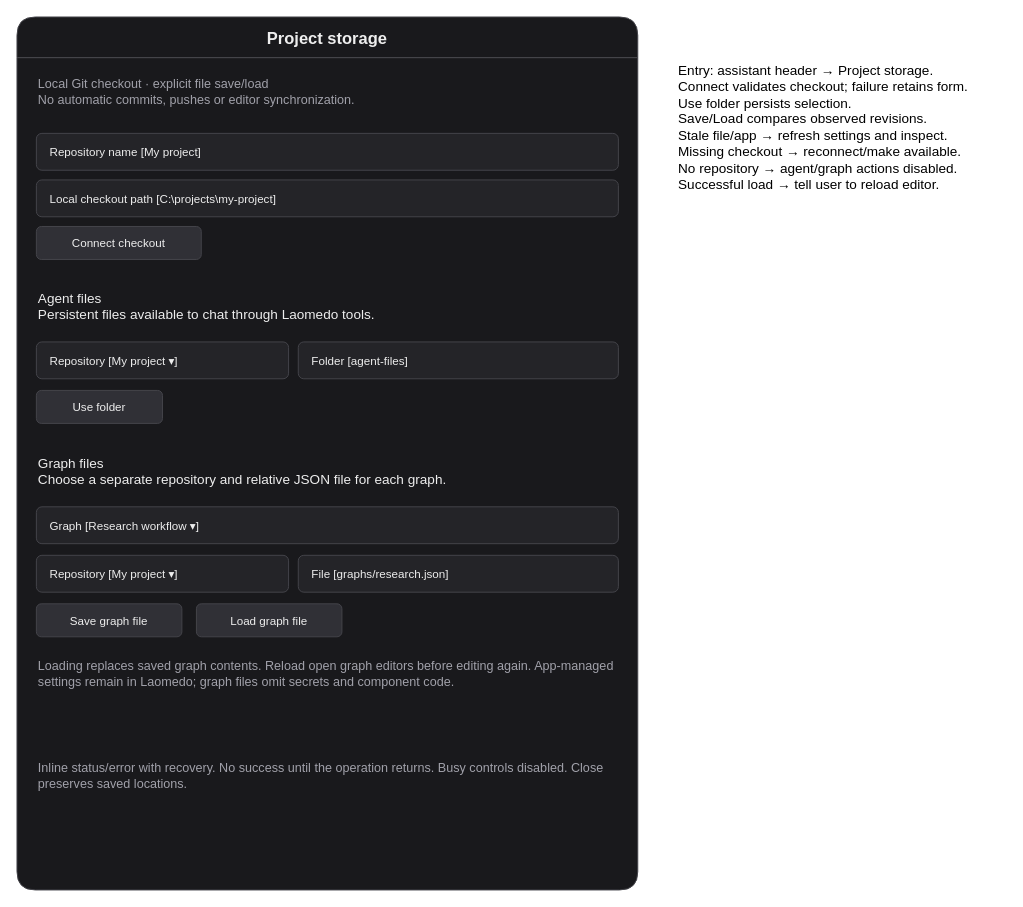
The draw.io diagram page "Project storage pilot" (1 of 2) of projects/laomedo/subsystems/agent-execution/design/project-storage.drawio in amadou-6e/specs, before the edit. Source tidied: cells renumbered, new cells numbered last; positions are measured from the earlier drawing's top-left corner, leaving out a move shared by most shapes. Both pictures are drawn from the tidied source at 97%, with x=0, y=0 at pixel (16, 16).
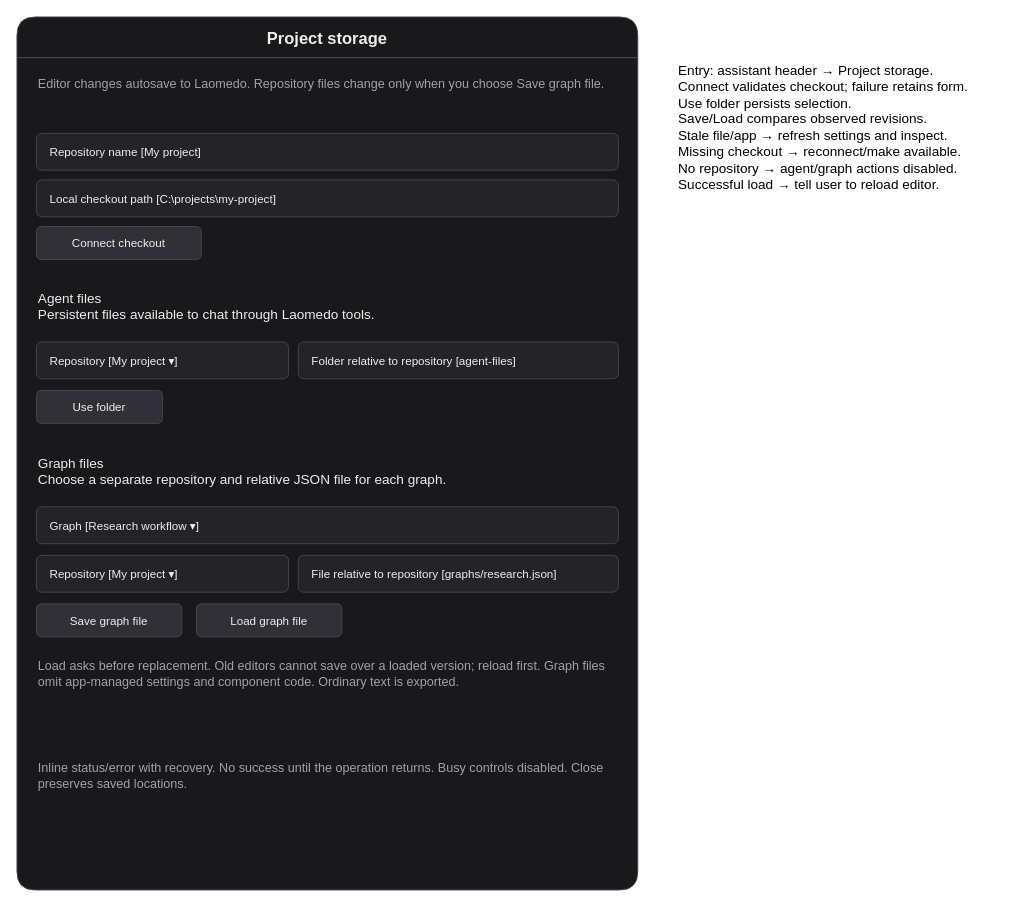
The same diagram, later.

Commit message (it also covers changes not shown here):
docs: clarify storage revisions and unresolved pilot scope

Change to the diagram source:
```diff
@@
 <mxGraphModel>
   <root>
     <mxCell id="0" />
     <mxCell id="1" parent="0" />
     <mxCell id="2" value="Project storage" style="swimlane;startSize=42;fillColor=#19191c;swimlaneFillColor=#19191c;fontColor=#eeeeee;strokeColor=#45454b;fontSize=17;rounded=1;" parent="1" vertex="1">
       <mxGeometry width="640" height="900" as="geometry" />
     </mxCell>
-    <mxCell id="3" value="Local Git checkout · explicit file save/load&#10;No automatic commits, pushes or editor synchronization." style="text;html=0;whiteSpace=wrap;fontColor=#a1a1aa;align=left;fontSize=13;" parent="2" vertex="1">
+    <mxCell id="3" value="Editor changes autosave to Laomedo. Repository files change only when you choose Save graph file." style="text;html=0;whiteSpace=wrap;fontColor=#a1a1aa;align=left;fontSize=13;" parent="2" vertex="1">
       <mxGeometry x="20" y="55" width="600" height="55" as="geometry" />
     </mxCell>
     <mxCell id="4" value="Repository name [My project]" style="rounded=1;fillColor=#242428;fontColor=#eeeeee;strokeColor=#45454b;align=left;spacingLeft=12;" parent="2" vertex="1">
       <mxGeometry x="20" y="120" width="600" height="38" as="geometry" />
     </mxCell>
     <mxCell id="5" value="Local checkout path [C:\projects\my-project]" style="rounded=1;fillColor=#242428;fontColor=#eeeeee;strokeColor=#45454b;align=left;spacingLeft=12;" parent="2" vertex="1">
       <mxGeometry x="20" y="168" width="600" height="38" as="geometry" />
     </mxCell>
     <mxCell id="6" value="Connect checkout" style="rounded=1;fillColor=#303036;fontColor=#eeeeee;strokeColor=#45454b;" parent="2" vertex="1">
       <mxGeometry x="20" y="216" width="170" height="34" as="geometry" />
     </mxCell>
     <mxCell id="7" value="Agent files&#10;Persistent files available to chat through Laomedo tools." style="text;whiteSpace=wrap;fontColor=#eeeeee;align=left;fontSize=14;" parent="2" vertex="1">
       <mxGeometry x="20" y="275" width="600" height="50" as="geometry" />
     </mxCell>
     <mxCell id="8" value="Repository [My project ▾]" style="rounded=1;fillColor=#242428;fontColor=#eeeeee;strokeColor=#45454b;align=left;spacingLeft=12;" parent="2" vertex="1">
       <mxGeometry x="20" y="335" width="260" height="38" as="geometry" />
     </mxCell>
-    <mxCell id="9" value="Folder [agent-files]" style="rounded=1;fillColor=#242428;fontColor=#eeeeee;strokeColor=#45454b;align=left;spacingLeft=12;" parent="2" vertex="1">
+    <mxCell id="9" value="Folder relative to repository [agent-files]" style="rounded=1;fillColor=#242428;fontColor=#eeeeee;strokeColor=#45454b;align=left;spacingLeft=12;" parent="2" vertex="1">
       <mxGeometry x="290" y="335" width="330" height="38" as="geometry" />
     </mxCell>
     <mxCell id="10" value="Use folder" style="rounded=1;fillColor=#303036;fontColor=#eeeeee;strokeColor=#45454b;" parent="2" vertex="1">
       <mxGeometry x="20" y="385" width="130" height="34" as="geometry" />
     </mxCell>
     <mxCell id="11" value="Graph files&#10;Choose a separate repository and relative JSON file for each graph." style="text;whiteSpace=wrap;fontColor=#eeeeee;align=left;fontSize=14;" parent="2" vertex="1">
       <mxGeometry x="20" y="445" width="600" height="50" as="geometry" />
     </mxCell>
     <mxCell id="12" value="Graph [Research workflow ▾]" style="rounded=1;fillColor=#242428;fontColor=#eeeeee;strokeColor=#45454b;align=left;spacingLeft=12;" parent="2" vertex="1">
       <mxGeometry x="20" y="505" width="600" height="38" as="geometry" />
     </mxCell>
     <mxCell id="13" value="Repository [My project ▾]" style="rounded=1;fillColor=#242428;fontColor=#eeeeee;strokeColor=#45454b;align=left;spacingLeft=12;" parent="2" vertex="1">
       <mxGeometry x="20" y="555" width="260" height="38" as="geometry" />
     </mxCell>
-    <mxCell id="14" value="File [graphs/research.json]" style="rounded=1;fillColor=#242428;fontColor=#eeeeee;strokeColor=#45454b;align=left;spacingLeft=12;" parent="2" vertex="1">
+    <mxCell id="14" value="File relative to repository [graphs/research.json]" style="rounded=1;fillColor=#242428;fontColor=#eeeeee;strokeColor=#45454b;align=left;spacingLeft=12;" parent="2" vertex="1">
       <mxGeometry x="290" y="555" width="330" height="38" as="geometry" />
     </mxCell>
     <mxCell id="15" value="Save graph file" style="rounded=1;fillColor=#303036;fontColor=#eeeeee;strokeColor=#45454b;" parent="2" vertex="1">
       <mxGeometry x="20" y="605" width="150" height="34" as="geometry" />
     </mxCell>
     <mxCell id="16" value="Load graph file" style="rounded=1;fillColor=#303036;fontColor=#eeeeee;strokeColor=#45454b;" parent="2" vertex="1">
       <mxGeometry x="185" y="605" width="150" height="34" as="geometry" />
     </mxCell>
-    <mxCell id="17" value="Loading replaces saved graph contents. Reload open graph editors before editing again. App-managed settings remain in Laomedo; graph files omit secrets and component code." style="text;whiteSpace=wrap;fontColor=#a1a1aa;align=left;fontSize=13;" parent="2" vertex="1">
+    <mxCell id="17" value="Load asks before replacement. Old editors cannot save over a loaded version; reload first. Graph files omit app-managed settings and component code. Ordinary text is exported." style="text;whiteSpace=wrap;fontColor=#a1a1aa;align=left;fontSize=13;" parent="2" vertex="1">
       <mxGeometry x="20" y="655" width="600" height="75" as="geometry" />
     </mxCell>
     <mxCell id="18" value="Inline status/error with recovery. No success until the operation returns. Busy controls disabled. Close preserves saved locations." style="text;whiteSpace=wrap;fontColor=#a1a1aa;align=left;fontSize=13;" parent="2" vertex="1">
       <mxGeometry x="20" y="760" width="600" height="75" as="geometry" />
     </mxCell>
     <mxCell id="19" value="Entry: assistant header → Project storage.&#10;Connect validates checkout; failure retains form.&#10;Use folder persists selection.&#10;Save/Load compares observed revisions.&#10;Stale file/app → refresh settings and inspect.&#10;Missing checkout → reconnect/make available.&#10;No repository → agent/graph actions disabled.&#10;Successful load → tell user to reload editor." style="text;whiteSpace=wrap;align=left;verticalAlign=top;fontSize=14;" parent="1" vertex="1">
       <mxGeometry x="680" y="40" width="340" height="480" as="geometry" />
     </mxCell>
   </root>
 </mxGraphModel>
```
